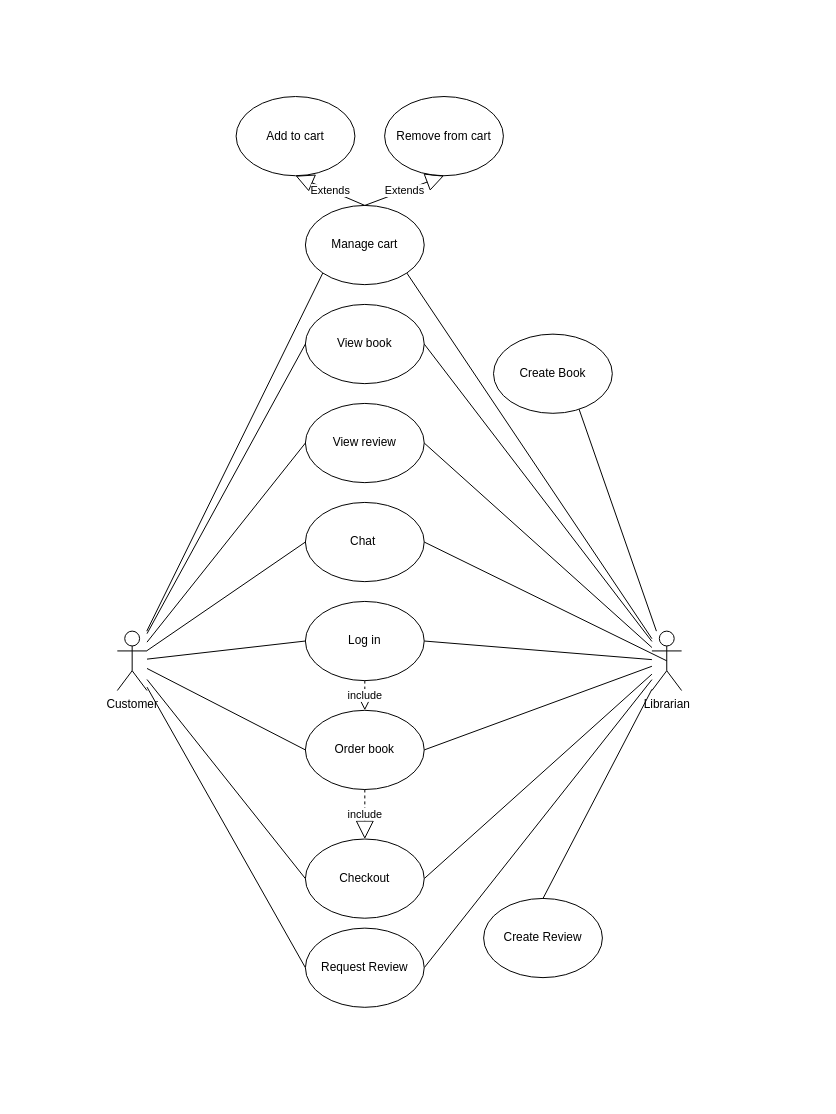
Above: Untitled Diagram.drawio in thang21022000/UseCaseFinalProject (draw.io), before the change. Source tidied: cells renumbered, new cells numbered last; positions are measured from the earlier drawing's top-left corner, leaving out a move shared by most shapes. Both pictures are drawn from the tidied source at 99%, with x=0, y=0 at pixel (117, 96).
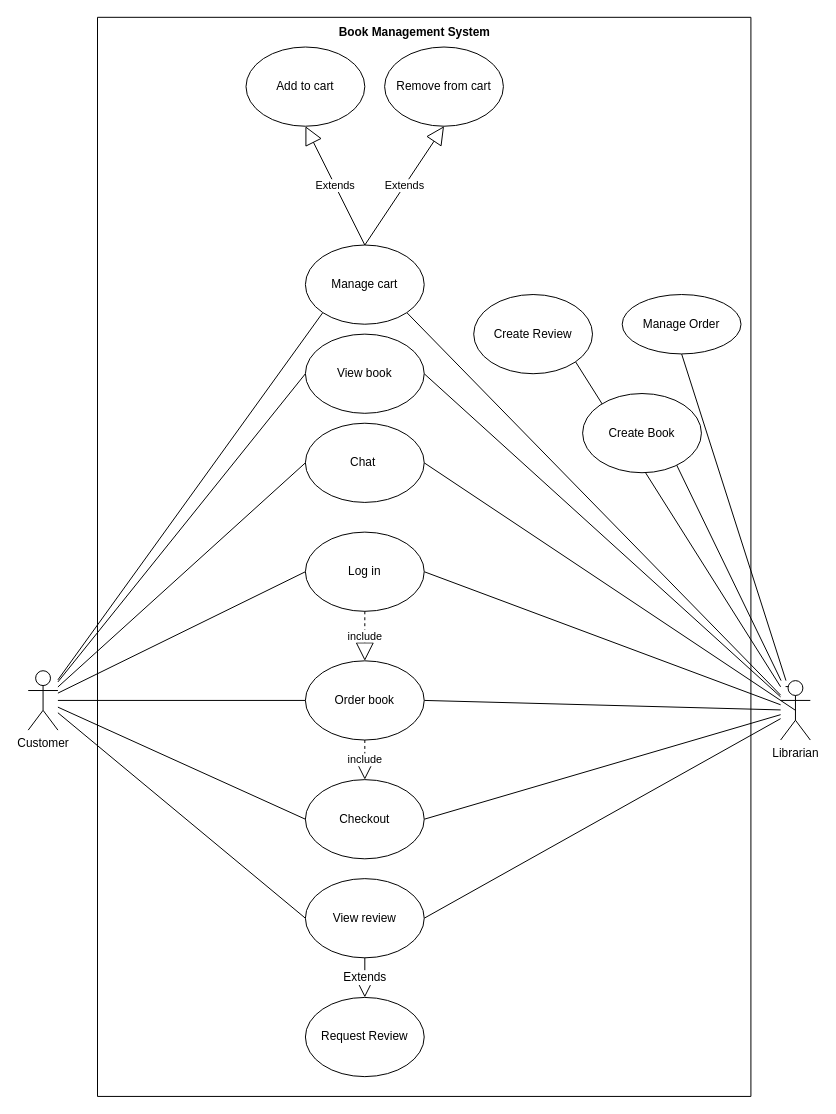
Above is the later version.

Change to the diagram source:
```diff
@@
-    <mxCell id="5" style="rounded=0;jettySize=auto;html=1;entryX=0;entryY=0.5;entryDx=0;entryDy=0;endArrow=none;endFill=0;" parent="1" edge="1" source="8" target="25">
-      <mxGeometry relative="1" as="geometry" />
-    </mxCell>
@@
     <mxCell id="8" value="Customer" style="shape=umlActor;verticalLabelPosition=bottom;verticalAlign=top;html=1;" parent="1" vertex="1">
-      <mxGeometry y="540" width="30" height="60" as="geometry" />
+      <mxGeometry x="-90" y="580" width="30" height="60" as="geometry" />
     </mxCell>
@@
-    <mxCell id="14" style="rounded=0;jettySize=auto;html=1;entryX=1;entryY=0.5;entryDx=0;entryDy=0;endArrow=none;endFill=0;" parent="1" edge="1" source="18" target="25">
-      <mxGeometry relative="1" as="geometry" />
-    </mxCell>
@@
+    <mxCell id="38" style="rounded=0;jettySize=auto;html=1;entryX=0.5;entryY=1;entryDx=0;entryDy=0;fontFamily=Helvetica;fontSize=12;fontColor=default;startSize=0;endArrow=none;endFill=0;" parent="1" edge="1" source="18" target="41">
+      <mxGeometry relative="1" as="geometry" />
+    </mxCell>
+    <mxCell id="39" style="edgeStyle=none;rounded=0;jettySize=auto;html=1;exitX=0.75;exitY=0.1;exitDx=0;exitDy=0;exitPerimeter=0;fontFamily=Helvetica;fontSize=12;fontColor=default;endArrow=none;endFill=0;startSize=0;" parent="1" edge="1" source="18">
+      <mxGeometry relative="1" as="geometry">
+        <mxPoint x="675" y="596" as="targetPoint" />
+      </mxGeometry>
+    </mxCell>
     <mxCell id="18" value="Librarian" style="shape=umlActor;verticalLabelPosition=bottom;verticalAlign=top;html=1;" parent="1" vertex="1">
-      <mxGeometry x="540" y="540" width="30" height="60" as="geometry" />
+      <mxGeometry x="670" y="590" width="30" height="60" as="geometry" />
     </mxCell>
     <mxCell id="19" value="Log in" style="ellipse;whiteSpace=wrap;html=1;" parent="1" vertex="1">
-      <mxGeometry x="190" y="510" width="120" height="80" as="geometry" />
+      <mxGeometry x="190" y="440" width="120" height="80" as="geometry" />
     </mxCell>
     <mxCell id="20" value="View book" style="ellipse;whiteSpace=wrap;html=1;" parent="1" vertex="1">
-      <mxGeometry x="190" y="210" width="120" height="80" as="geometry" />
+      <mxGeometry x="190" y="240" width="120" height="80" as="geometry" />
     </mxCell>
     <mxCell id="21" value="Order book" style="ellipse;whiteSpace=wrap;html=1;" parent="1" vertex="1">
-      <mxGeometry x="190" y="620" width="120" height="80" as="geometry" />
+      <mxGeometry x="190" y="570" width="120" height="80" as="geometry" />
     </mxCell>
     <mxCell id="22" value="Checkout" style="ellipse;whiteSpace=wrap;html=1;" parent="1" vertex="1">
-      <mxGeometry x="190" y="750" width="120" height="80" as="geometry" />
+      <mxGeometry x="190" y="690" width="120" height="80" as="geometry" />
     </mxCell>
@@
     <mxCell id="25" value="Request Review" style="ellipse;whiteSpace=wrap;html=1;" parent="1" vertex="1">
-      <mxGeometry x="190" y="840" width="120" height="80" as="geometry" />
+      <mxGeometry x="190" y="910" width="120" height="80" as="geometry" />
     </mxCell>
@@
     <mxCell id="27" value="Chat&amp;nbsp;" style="ellipse;whiteSpace=wrap;html=1;" parent="1" vertex="1">
-      <mxGeometry x="190" y="410" width="120" height="80" as="geometry" />
+      <mxGeometry x="190" y="330" width="120" height="80" as="geometry" />
     </mxCell>
     <mxCell id="28" value="Create Book" style="ellipse;whiteSpace=wrap;html=1;" parent="1" vertex="1">
-      <mxGeometry x="380" y="240" width="120" height="80" as="geometry" />
+      <mxGeometry x="470" y="300" width="120" height="80" as="geometry" />
     </mxCell>
     <mxCell id="29" value="View review" style="ellipse;whiteSpace=wrap;html=1;" parent="1" vertex="1">
-      <mxGeometry x="190" y="310" width="120" height="80" as="geometry" />
+      <mxGeometry x="190" y="790" width="120" height="80" as="geometry" />
     </mxCell>
     <mxCell id="30" value="Create Review" style="ellipse;whiteSpace=wrap;html=1;" parent="1" vertex="1">
-      <mxGeometry x="370" y="810" width="120" height="80" as="geometry" />
+      <mxGeometry x="360" y="200" width="120" height="80" as="geometry" />
     </mxCell>
@@
     <mxCell id="33" value="Manage cart" style="ellipse;whiteSpace=wrap;html=1;" parent="1" vertex="1">
-      <mxGeometry x="190" y="110" width="120" height="80" as="geometry" />
+      <mxGeometry x="190" y="150" width="120" height="80" as="geometry" />
     </mxCell>
     <mxCell id="34" value="Add to cart" style="ellipse;whiteSpace=wrap;html=1;" parent="1" vertex="1">
-      <mxGeometry x="120" width="120" height="80" as="geometry" />
+      <mxGeometry x="130" y="-50" width="120" height="80" as="geometry" />
     </mxCell>
     <mxCell id="35" value="Remove from cart" style="ellipse;whiteSpace=wrap;html=1;" parent="1" vertex="1">
-      <mxGeometry x="270" width="120" height="80" as="geometry" />
+      <mxGeometry x="270" y="-50" width="120" height="80" as="geometry" />
     </mxCell>
@@
+    <mxCell id="40" value="Extends" style="endArrow=block;endSize=16;endFill=0;html=1;rounded=0;fontFamily=Helvetica;fontSize=12;fontColor=default;exitX=0.5;exitY=1;exitDx=0;exitDy=0;entryX=0.5;entryY=0;entryDx=0;entryDy=0;" parent="1" edge="1" source="29" target="25">
+      <mxGeometry relative="1" as="geometry" />
+    </mxCell>
+    <mxCell id="41" value="Manage Order" style="ellipse;whiteSpace=wrap;html=1;strokeColor=default;fontFamily=Helvetica;fontSize=12;fontColor=default;startSize=0;fillColor=default;" parent="1" vertex="1">
+      <mxGeometry x="510" y="200" width="120" height="60" as="geometry" />
+    </mxCell>
+    <mxCell id="42" style="swimlane;startSize=0;strokeColor=default;fontFamily=Helvetica;fontSize=12;fontColor=default;fillColor=default;" parent="1" vertex="1">
+      <mxGeometry x="-20" y="-80" width="660" height="1090" as="geometry" />
+    </mxCell>
+    <mxCell id="43" value="&lt;b&gt;Book Management System&lt;/b&gt;" style="text;html=1;align=center;verticalAlign=middle;strokeColor=none;fillColor=none;fontSize=12;fontFamily=Helvetica;fontColor=default;" parent="42" vertex="1">
+      <mxGeometry x="230" width="180" height="30" as="geometry" />
+    </mxCell>
```
